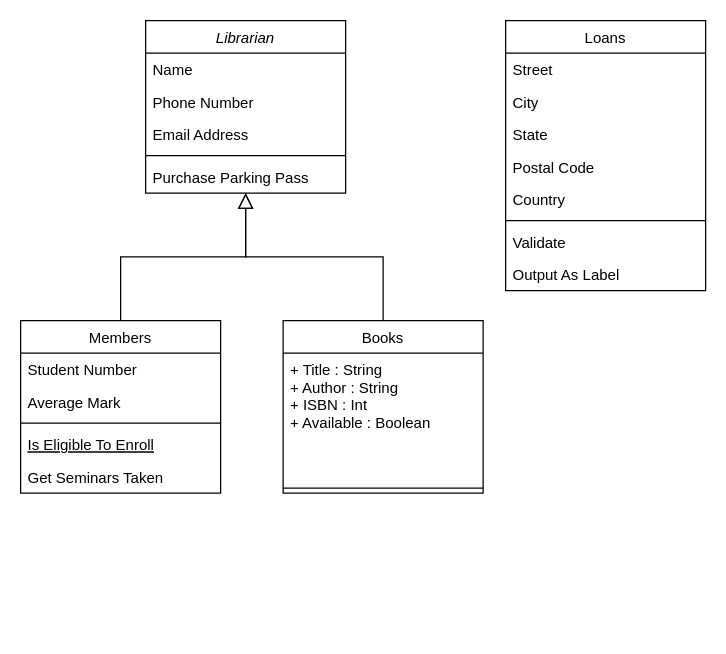
Earlier version of the draw.io diagram Untitled Diagram.drawio (Twpendleton/ClassUMLDiagram). Source tidied: cells renumbered, new cells numbered last; positions are measured from the earlier drawing's top-left corner, leaving out a move shared by most shapes. Both pictures are drawn from the tidied source at 125%, with x=0, y=0 at pixel (20, 20).
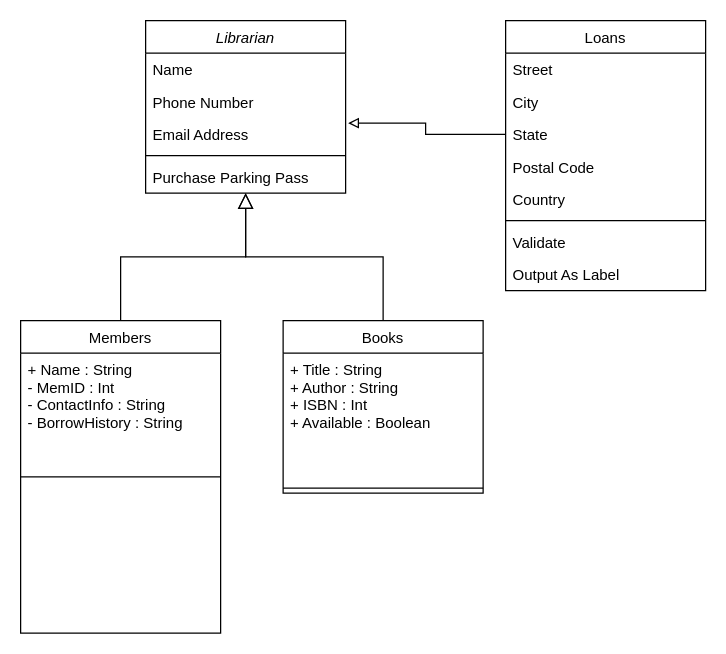
The same page after the edit.

The change refers to these unchanged cells:
```xml
<mxCell id="5" value="Email Address" style="text;align=left;verticalAlign=top;spacingLeft=4;spacingRight=4;overflow=hidden;points=[[0,0.5],[1,0.5]];portConstraint=eastwest;rounded=0;shadow=0;html=0;" parent="2" vertex="1">
  <mxGeometry y="78" width="160" height="26" as="geometry" />
</mxCell>
<mxCell id="22" value="State" style="text;align=left;verticalAlign=top;spacingLeft=4;spacingRight=4;overflow=hidden;points=[[0,0.5],[1,0.5]];portConstraint=eastwest;rounded=0;shadow=0;html=0;" parent="19" vertex="1">
  <mxGeometry y="78" width="160" height="26" as="geometry" />
</mxCell>
```

What changed in the source:
```diff
@@
     <mxCell id="8" value="Members" style="swimlane;fontStyle=0;align=center;verticalAlign=top;horizontal=1;startSize=26;rounded=0;shadow=0;strokeWidth=1;" parent="1" vertex="1">
-      <mxGeometry y="240" width="160" height="138" as="geometry" />
+      <mxGeometry y="240" width="160" height="250" as="geometry" />
     </mxCell>
-    <mxCell id="9" value="Student Number" style="text;align=left;verticalAlign=top;spacingLeft=4;spacingRight=4;overflow=hidden;" parent="8" vertex="1">
-      <mxGeometry y="26" width="160" height="26" as="geometry" />
+    <mxCell id="9" value="+ Name : String&#10;- MemID : Int&#10;- ContactInfo : String&#10;- BorrowHistory : String&#10;" style="text;align=left;verticalAlign=top;spacingLeft=4;spacingRight=4;overflow=hidden;" parent="8" vertex="1">
+      <mxGeometry y="26" width="160" height="94" as="geometry" />
     </mxCell>
-    <mxCell id="10" value="Average Mark" style="text;align=left;verticalAlign=top;spacingLeft=4;spacingRight=4;overflow=hidden;rounded=0;shadow=0;html=0;" parent="8" vertex="1">
-      <mxGeometry y="52" width="160" height="26" as="geometry" />
-    </mxCell>
     <mxCell id="11" style="line;html=1;strokeWidth=1;align=left;verticalAlign=middle;spacingTop=-1;spacingLeft=3;spacingRight=3;labelPosition=right;" parent="8" vertex="1">
-      <mxGeometry y="78" width="160" height="8" as="geometry" />
+      <mxGeometry y="120" width="160" height="10" as="geometry" />
     </mxCell>
-    <mxCell id="12" value="Is Eligible To Enroll" style="text;align=left;verticalAlign=top;spacingLeft=4;spacingRight=4;overflow=hidden;fontStyle=4;" parent="8" vertex="1">
-      <mxGeometry y="86" width="160" height="26" as="geometry" />
-    </mxCell>
-    <mxCell id="13" value="Get Seminars Taken" style="text;align=left;verticalAlign=top;spacingLeft=4;spacingRight=4;overflow=hidden;" parent="8" vertex="1">
-      <mxGeometry y="112" width="160" height="26" as="geometry" />
-    </mxCell>
@@
+    <mxCell id="28" style="edgeStyle=orthogonalEdgeStyle;rounded=0;jettySize=auto;html=1;exitX=0;exitY=0.5;exitDx=0;exitDy=0;entryX=1.013;entryY=0.154;entryDx=0;entryDy=0;entryPerimeter=0;endArrow=block;endFill=0;" parent="1" edge="1" source="22" target="5">
+      <mxGeometry relative="1" as="geometry" />
+    </mxCell>
```
